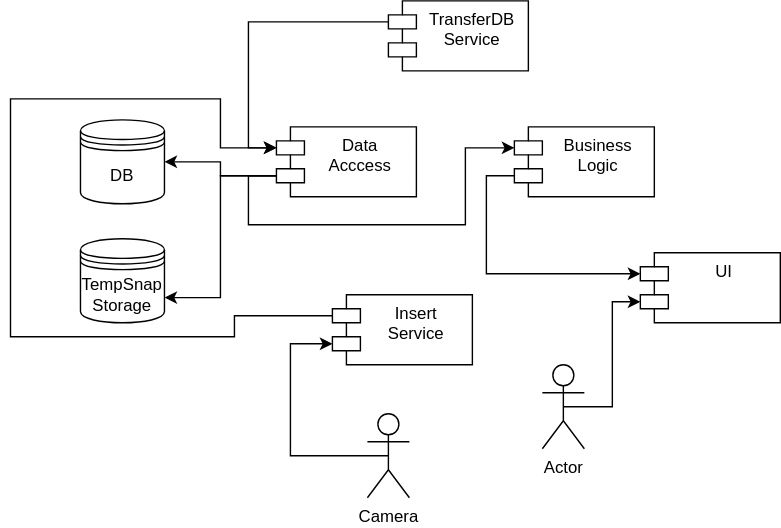
The draw.io diagram misc/images/components.svg in DeadCool23/AutoTracker, before a commit. Source tidied: cells renumbered, new cells last; positions are measured from the earlier drawing's top-left corner, leaving out a move shared by most shapes.
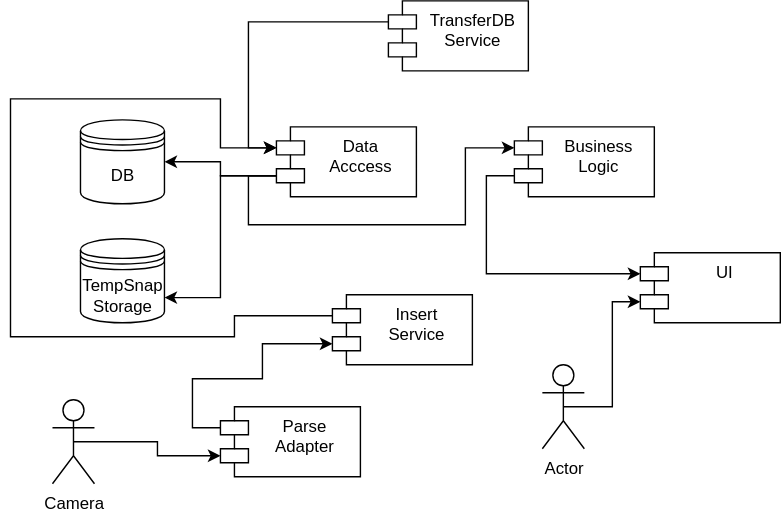
After the commit.

The edit, as a diff of the source:
```diff
@@ -27,7 +27,7 @@
       <mxGeometry x="380" y="260" width="30" height="60" as="geometry" />
     </mxCell>
     <mxCell id="10" value="Camera" style="shape=umlActor;verticalLabelPosition=bottom;verticalAlign=top;html=1;" parent="1" vertex="1">
-      <mxGeometry x="255" y="295" width="30" height="60" as="geometry" />
+      <mxGeometry x="30" y="285" width="30" height="60" as="geometry" />
     </mxCell>
     <mxCell id="11" value="TempSnap&lt;br&gt;Storage" style="shape=datastore;whiteSpace=wrap;html=1;" parent="1" vertex="1">
       <mxGeometry x="50" y="170" width="60" height="60" as="geometry" />
@@ -35,14 +35,6 @@
     <mxCell id="12" value="Insert&lt;br&gt;Service" style="shape=module;align=left;spacingLeft=20;align=center;verticalAlign=top;whiteSpace=wrap;html=1;" parent="1" vertex="1">
       <mxGeometry x="230" y="210" width="100" height="50" as="geometry" />
     </mxCell>
-    <mxCell id="13" style="edgeStyle=orthogonalEdgeStyle;rounded=0;jettySize=auto;html=1;exitX=0;exitY=0;exitDx=0;exitDy=35;exitPerimeter=0;entryX=0.5;entryY=0.5;entryDx=0;entryDy=0;entryPerimeter=0;endArrow=none;startFill=1;startArrow=classic;" parent="1" edge="1" source="12" target="10">
-      <mxGeometry relative="1" as="geometry">
-        <Array as="points">
-          <mxPoint x="200" y="245" />
-          <mxPoint x="200" y="325" />
-        </Array>
-      </mxGeometry>
-    </mxCell>
     <mxCell id="14" style="edgeStyle=orthogonalEdgeStyle;rounded=0;jettySize=auto;html=1;exitX=0;exitY=0;exitDx=0;exitDy=15;exitPerimeter=0;entryX=0;entryY=0;entryDx=0;entryDy=15;entryPerimeter=0;" parent="1" edge="1" source="12" target="6">
       <mxGeometry relative="1" as="geometry">
         <Array as="points">
@@ -74,5 +66,21 @@
     <mxCell id="18" style="edgeStyle=orthogonalEdgeStyle;rounded=0;jettySize=auto;html=1;exitX=0;exitY=0;exitDx=0;exitDy=35;exitPerimeter=0;entryX=0;entryY=0;entryDx=0;entryDy=15;entryPerimeter=0;" parent="1" edge="1" source="2" target="3">
       <mxGeometry relative="1" as="geometry" />
     </mxCell>
+    <mxCell id="19" value="Parse&lt;br&gt;Adapter" style="shape=module;align=left;spacingLeft=20;align=center;verticalAlign=top;whiteSpace=wrap;html=1;" parent="1" vertex="1">
+      <mxGeometry x="150" y="290" width="100" height="50" as="geometry" />
+    </mxCell>
+    <mxCell id="20" style="edgeStyle=orthogonalEdgeStyle;rounded=0;jettySize=auto;html=1;exitX=0;exitY=0;exitDx=0;exitDy=15;exitPerimeter=0;entryX=0;entryY=0;entryDx=0;entryDy=35;entryPerimeter=0;" parent="1" edge="1" source="19" target="12">
+      <mxGeometry relative="1" as="geometry">
+        <Array as="points">
+          <mxPoint x="130" y="305" />
+          <mxPoint x="130" y="270" />
+          <mxPoint x="180" y="270" />
+          <mxPoint x="180" y="245" />
+        </Array>
+      </mxGeometry>
+    </mxCell>
+    <mxCell id="21" style="edgeStyle=orthogonalEdgeStyle;rounded=0;jettySize=auto;html=1;exitX=0.5;exitY=0.5;exitDx=0;exitDy=0;exitPerimeter=0;entryX=0;entryY=0;entryDx=0;entryDy=35;entryPerimeter=0;" parent="1" edge="1" source="10" target="19">
+      <mxGeometry relative="1" as="geometry" />
+    </mxCell>
   </root>
 </mxGraphModel>
```
